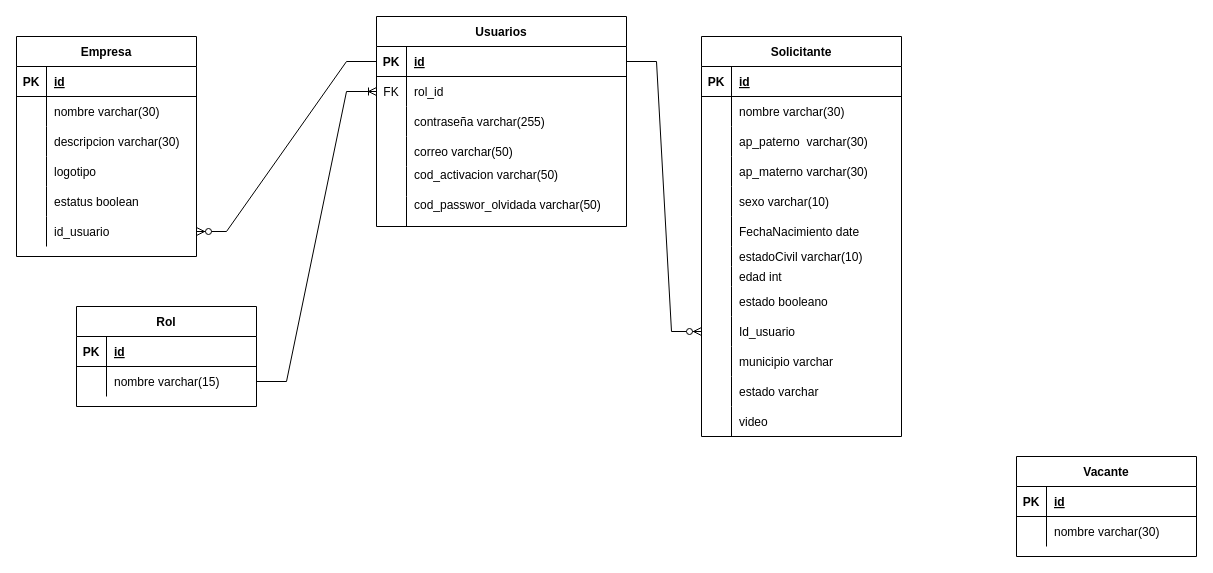
The draw.io diagram page "Page-1" (1 of 2) of Diagrama BBDD.drawio in soolelu/pilotoE3-Back, before the edit. Source tidied: cells renumbered, new cells numbered last; positions are measured from the earlier drawing's top-left corner, leaving out a move shared by most shapes. Both pictures are drawn from the tidied source at 100%, with x=0, y=0 at pixel (16, 16).
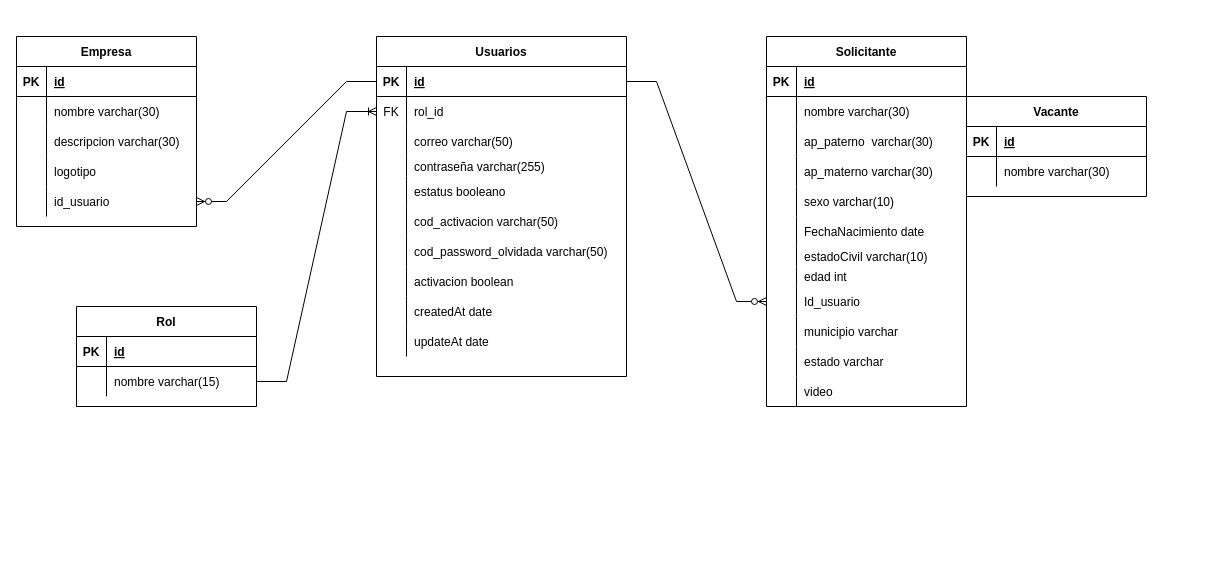
Above is the later version.

Diff of the diagram source:
```diff
@@
     <mxCell id="2" value="Usuarios" style="shape=table;startSize=30;childLayout=tableLayout;rowLines=0;fontStyle=1;align=center;" parent="1" vertex="1">
-      <mxGeometry x="360" width="250" height="210" as="geometry" />
+      <mxGeometry x="360" y="20" width="250" height="340" as="geometry" />
     </mxCell>
@@
+    <mxCell id="12" style="shape=partialRectangle;fillColor=none;top=0;left=0;right=0;bottom=0;" parent="2" vertex="1">
+      <mxGeometry y="90" width="250" height="30" as="geometry" />
+    </mxCell>
+    <mxCell id="13" style="shape=partialRectangle;overflow=hidden;fillColor=none;top=0;left=0;bottom=0;right=0;" parent="12" vertex="1">
+      <mxGeometry width="30" height="30" as="geometry" />
+    </mxCell>
+    <mxCell id="14" value="correo varchar(50)" style="shape=partialRectangle;overflow=hidden;fillColor=none;top=0;left=0;bottom=0;right=0;align=left;spacingLeft=6;" parent="12" vertex="1">
+      <mxGeometry x="30" width="220" height="30" as="geometry" />
+    </mxCell>
     <mxCell id="9" style="shape=partialRectangle;fillColor=none;top=0;left=0;right=0;bottom=0;" parent="2" vertex="1">
-      <mxGeometry y="90" width="250" height="30" as="geometry" />
+      <mxGeometry y="120" width="250" height="20" as="geometry" />
     </mxCell>
     <mxCell id="10" style="shape=partialRectangle;overflow=hidden;fillColor=none;top=0;left=0;bottom=0;right=0;" parent="9" vertex="1">
-      <mxGeometry width="30" height="30" as="geometry" />
+      <mxGeometry width="30" height="20" as="geometry" />
     </mxCell>
     <mxCell id="11" value="contraseña varchar(255)" style="shape=partialRectangle;overflow=hidden;fillColor=none;top=0;left=0;bottom=0;right=0;align=left;spacingLeft=6;" parent="9" vertex="1">
-      <mxGeometry x="30" width="220" height="30" as="geometry" />
+      <mxGeometry x="30" width="220" height="20" as="geometry" />
     </mxCell>
-    <mxCell id="12" style="shape=partialRectangle;fillColor=none;top=0;left=0;right=0;bottom=0;" parent="2" vertex="1">
-      <mxGeometry y="120" width="250" height="30" as="geometry" />
-    </mxCell>
-    <mxCell id="13" style="shape=partialRectangle;overflow=hidden;fillColor=none;top=0;left=0;bottom=0;right=0;" parent="12" vertex="1">
-      <mxGeometry width="30" height="30" as="geometry" />
-    </mxCell>
-    <mxCell id="14" value="correo varchar(50)" style="shape=partialRectangle;overflow=hidden;fillColor=none;top=0;left=0;bottom=0;right=0;align=left;spacingLeft=6;" parent="12" vertex="1">
-      <mxGeometry x="30" width="220" height="30" as="geometry" />
-    </mxCell>
+    <mxCell id="97" style="shape=partialRectangle;fillColor=none;top=0;left=0;right=0;bottom=0;" parent="2" vertex="1">
+      <mxGeometry y="140" width="250" height="30" as="geometry" />
+    </mxCell>
+    <mxCell id="98" style="shape=partialRectangle;overflow=hidden;fillColor=none;top=0;left=0;bottom=0;right=0;" parent="97" vertex="1">
+      <mxGeometry width="30" height="30" as="geometry" />
+    </mxCell>
+    <mxCell id="99" value="estatus booleano" style="shape=partialRectangle;overflow=hidden;fillColor=none;top=0;left=0;bottom=0;right=0;align=left;spacingLeft=6;" parent="97" vertex="1">
+      <mxGeometry x="30" width="220" height="30" as="geometry" />
+    </mxCell>
     <mxCell id="15" style="shape=partialRectangle;fillColor=none;top=0;left=0;right=0;bottom=0;" parent="2" vertex="1">
-      <mxGeometry y="150" width="250" height="30" as="geometry" />
+      <mxGeometry y="170" width="250" height="30" as="geometry" />
     </mxCell>
@@
-    <mxCell id="17" value="cod_activacion varchar(50)&#10;" style="shape=partialRectangle;overflow=hidden;fillColor=none;top=0;left=0;bottom=0;right=0;align=left;spacingLeft=6;" parent="15" vertex="1">
+    <mxCell id="17" value="cod_activacion varchar(50)" style="shape=partialRectangle;overflow=hidden;fillColor=none;top=0;left=0;bottom=0;right=0;align=left;spacingLeft=6;" parent="15" vertex="1">
       <mxGeometry x="30" width="220" height="30" as="geometry" />
     </mxCell>
     <mxCell id="18" style="shape=partialRectangle;fillColor=none;top=0;left=0;right=0;bottom=0;" parent="2" vertex="1">
-      <mxGeometry y="180" width="250" height="30" as="geometry" />
+      <mxGeometry y="200" width="250" height="30" as="geometry" />
     </mxCell>
@@
-    <mxCell id="20" value="cod_passwor_olvidada varchar(50)&#10;" style="shape=partialRectangle;overflow=hidden;fillColor=none;top=0;left=0;bottom=0;right=0;align=left;spacingLeft=6;" parent="18" vertex="1">
+    <mxCell id="20" value="cod_password_olvidada varchar(50)" style="shape=partialRectangle;overflow=hidden;fillColor=none;top=0;left=0;bottom=0;right=0;align=left;spacingLeft=6;" parent="18" vertex="1">
       <mxGeometry x="30" width="220" height="30" as="geometry" />
     </mxCell>
+    <mxCell id="100" style="shape=partialRectangle;fillColor=none;top=0;left=0;right=0;bottom=0;" parent="2" vertex="1">
+      <mxGeometry y="230" width="250" height="30" as="geometry" />
+    </mxCell>
+    <mxCell id="101" style="shape=partialRectangle;overflow=hidden;fillColor=none;top=0;left=0;bottom=0;right=0;" parent="100" vertex="1">
+      <mxGeometry width="30" height="30" as="geometry" />
+    </mxCell>
+    <mxCell id="102" value="activacion boolean" style="shape=partialRectangle;overflow=hidden;fillColor=none;top=0;left=0;bottom=0;right=0;align=left;spacingLeft=6;" parent="100" vertex="1">
+      <mxGeometry x="30" width="220" height="30" as="geometry" />
+    </mxCell>
+    <mxCell id="103" style="shape=partialRectangle;fillColor=none;top=0;left=0;right=0;bottom=0;" parent="2" vertex="1">
+      <mxGeometry y="260" width="250" height="30" as="geometry" />
+    </mxCell>
+    <mxCell id="104" style="shape=partialRectangle;overflow=hidden;fillColor=none;top=0;left=0;bottom=0;right=0;" parent="103" vertex="1">
+      <mxGeometry width="30" height="30" as="geometry" />
+    </mxCell>
+    <mxCell id="105" value="createdAt date" style="shape=partialRectangle;overflow=hidden;fillColor=none;top=0;left=0;bottom=0;right=0;align=left;spacingLeft=6;" parent="103" vertex="1">
+      <mxGeometry x="30" width="220" height="30" as="geometry" />
+    </mxCell>
+    <mxCell id="106" style="shape=partialRectangle;fillColor=none;top=0;left=0;right=0;bottom=0;" parent="2" vertex="1">
+      <mxGeometry y="290" width="250" height="30" as="geometry" />
+    </mxCell>
+    <mxCell id="107" style="shape=partialRectangle;overflow=hidden;fillColor=none;top=0;left=0;bottom=0;right=0;" parent="106" vertex="1">
+      <mxGeometry width="30" height="30" as="geometry" />
+    </mxCell>
+    <mxCell id="108" value="updateAt date" style="shape=partialRectangle;overflow=hidden;fillColor=none;top=0;left=0;bottom=0;right=0;align=left;spacingLeft=6;" parent="106" vertex="1">
+      <mxGeometry x="30" width="220" height="30" as="geometry" />
+    </mxCell>
@@
     <mxCell id="29" value="Empresa" style="shape=table;startSize=30;childLayout=tableLayout;rowLines=0;fontStyle=1;align=center;" parent="1" vertex="1">
-      <mxGeometry y="20" width="180" height="220" as="geometry" />
+      <mxGeometry y="20" width="180" height="190" as="geometry" />
     </mxCell>
@@
-    <mxCell id="42" style="shape=tableRow;horizontal=0;startSize=0;swimlaneHead=0;swimlaneBody=0;fillColor=none;top=0;left=0;right=0;bottom=0;" parent="29" vertex="1">
-      <mxGeometry y="150" width="180" height="30" as="geometry" />
-    </mxCell>
-    <mxCell id="43" style="shape=partialRectangle;fillColor=none;top=0;left=0;bottom=0;right=0;overflow=hidden;" parent="42" vertex="1">
-      <mxGeometry width="30" height="30" as="geometry" />
-    </mxCell>
-    <mxCell id="44" value="estatus boolean" style="shape=partialRectangle;fillColor=none;top=0;left=0;bottom=0;right=0;align=left;spacingLeft=6;overflow=hidden;" parent="42" vertex="1">
-      <mxGeometry x="30" width="150" height="30" as="geometry" />
-    </mxCell>
     <mxCell id="45" style="shape=tableRow;horizontal=0;startSize=0;swimlaneHead=0;swimlaneBody=0;fillColor=none;points=[[0,0.5],[1,0.5]];portConstraint=eastwest;top=0;left=0;right=0;bottom=0;" parent="29" vertex="1">
-      <mxGeometry y="180" width="180" height="30" as="geometry" />
+      <mxGeometry y="150" width="180" height="30" as="geometry" />
     </mxCell>
@@
     <mxCell id="48" value="Solicitante" style="shape=table;startSize=30;childLayout=tableLayout;rowLines=0;fontStyle=1;align=center;" parent="1" vertex="1">
-      <mxGeometry x="685" y="20" width="200" height="400" as="geometry" />
+      <mxGeometry x="750" y="20" width="200" height="370" as="geometry" />
     </mxCell>
@@
-    <mxCell id="73" style="shape=tableRow;horizontal=0;startSize=0;swimlaneHead=0;swimlaneBody=0;fillColor=none;top=0;left=0;right=0;bottom=0;" parent="48" vertex="1">
-      <mxGeometry y="250" width="200" height="30" as="geometry" />
-    </mxCell>
-    <mxCell id="74" style="shape=partialRectangle;fillColor=none;top=0;left=0;bottom=0;right=0;overflow=hidden;" parent="73" vertex="1">
-      <mxGeometry width="30" height="30" as="geometry" />
-    </mxCell>
-    <mxCell id="75" value="estado booleano" style="shape=partialRectangle;fillColor=none;top=0;left=0;bottom=0;right=0;align=left;spacingLeft=6;overflow=hidden;" parent="73" vertex="1">
-      <mxGeometry x="30" width="170" height="30" as="geometry" />
-    </mxCell>
     <mxCell id="76" style="shape=tableRow;horizontal=0;startSize=0;swimlaneHead=0;swimlaneBody=0;fillColor=none;points=[[0,0.5],[1,0.5]];portConstraint=eastwest;top=0;left=0;right=0;bottom=0;" parent="48" vertex="1">
-      <mxGeometry y="280" width="200" height="30" as="geometry" />
+      <mxGeometry y="250" width="200" height="30" as="geometry" />
     </mxCell>
@@
     <mxCell id="79" style="shape=tableRow;horizontal=0;startSize=0;swimlaneHead=0;swimlaneBody=0;fillColor=none;top=0;left=0;right=0;bottom=0;" parent="48" vertex="1">
-      <mxGeometry y="310" width="200" height="30" as="geometry" />
+      <mxGeometry y="280" width="200" height="30" as="geometry" />
     </mxCell>
@@
     <mxCell id="82" style="shape=tableRow;horizontal=0;startSize=0;swimlaneHead=0;swimlaneBody=0;fillColor=none;top=0;left=0;right=0;bottom=0;" parent="48" vertex="1">
-      <mxGeometry y="340" width="200" height="30" as="geometry" />
+      <mxGeometry y="310" width="200" height="30" as="geometry" />
     </mxCell>
@@
     <mxCell id="85" style="shape=tableRow;horizontal=0;startSize=0;swimlaneHead=0;swimlaneBody=0;fillColor=none;top=0;left=0;right=0;bottom=0;" parent="48" vertex="1">
-      <mxGeometry y="370" width="200" height="30" as="geometry" />
+      <mxGeometry y="340" width="200" height="30" as="geometry" />
     </mxCell>
@@
     <mxCell id="90" value="Vacante" style="shape=table;startSize=30;childLayout=tableLayout;rowLines=0;fontStyle=1;align=center;" parent="1" vertex="1">
-      <mxGeometry x="1000" y="440" width="180" height="100" as="geometry" />
+      <mxGeometry x="950" y="80" width="180" height="100" as="geometry" />
     </mxCell>
```
